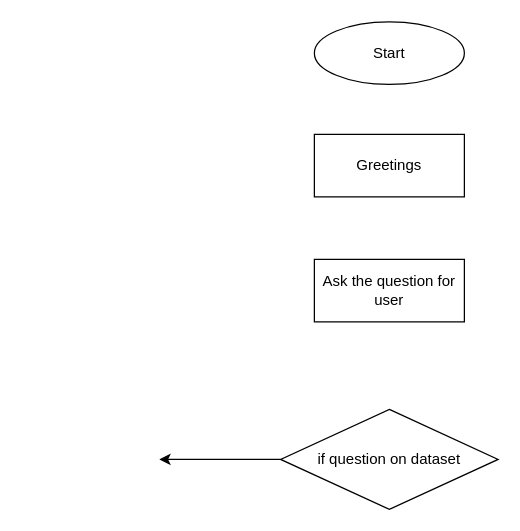
This is Diagram Tanpa Judul.drawio from alipbudiman/asset, a draw.io file, before an edit. Source tidied: cells renumbered, new cells numbered last; positions are measured from the earlier drawing's top-left corner, leaving out a move shared by most shapes. Both pictures are drawn from the tidied source at 125%, with x=0, y=0 at pixel (159, 21).
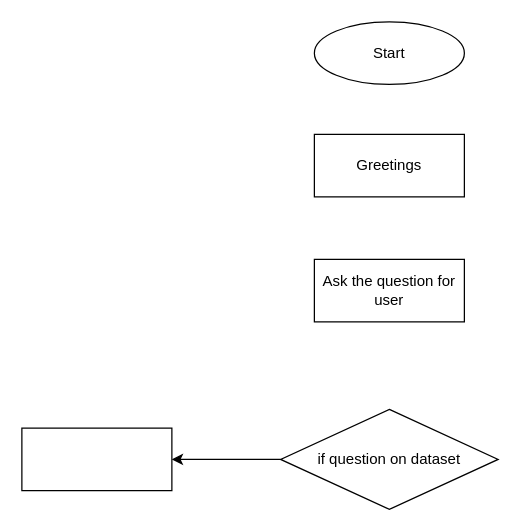
Above is the later version.

What changed in the source:
```diff
@@
 <mxGraphModel>
   <root>
     <mxCell id="0" />
     <mxCell id="1" parent="0" />
     <mxCell id="2" value="Start" style="ellipse;whiteSpace=wrap;html=1;" parent="1" vertex="1">
       <mxGeometry x="124" width="120" height="50" as="geometry" />
     </mxCell>
     <mxCell id="3" value="Greetings" style="rounded=0;whiteSpace=wrap;html=1;" parent="1" vertex="1">
       <mxGeometry x="124" y="90" width="120" height="50" as="geometry" />
     </mxCell>
     <mxCell id="4" value="Ask the question for user" style="rounded=0;whiteSpace=wrap;html=1;" parent="1" vertex="1">
       <mxGeometry x="124" y="190" width="120" height="50" as="geometry" />
     </mxCell>
     <mxCell id="5" value="if question on dataset" style="rhombus;whiteSpace=wrap;html=1;" parent="1" vertex="1">
       <mxGeometry x="97" y="310" width="174" height="80" as="geometry" />
     </mxCell>
     <mxCell id="6" style="endArrow=classic;html=1;rounded=0;exitX=0;exitY=0.5;exitDx=0;exitDy=0;" parent="1" edge="1" source="5">
       <mxGeometry relative="1" as="geometry">
-        <mxPoint y="350" as="targetPoint" />
+        <mxPoint x="10" y="350" as="targetPoint" />
       </mxGeometry>
     </mxCell>
+    <mxCell id="7" style="rounded=0;whiteSpace=wrap;html=1;" parent="1" vertex="1">
+      <mxGeometry x="-110" y="325" width="120" height="50" as="geometry" />
+    </mxCell>
   </root>
 </mxGraphModel>
```
